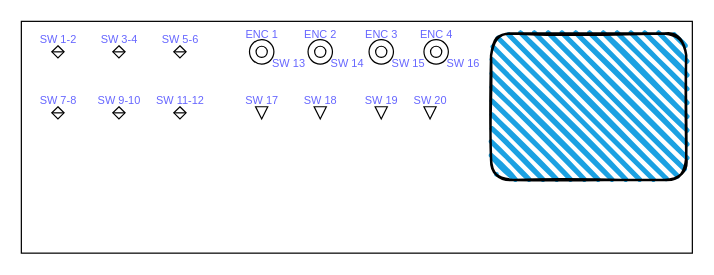
This is extra/dashboard.drawio from rmaryan/MSFS2020-Ardunio-Cockpit, a draw.io file, before an edit. Source tidied: cells renumbered, new cells numbered last; positions are measured from the earlier drawing's top-left corner, leaving out a move shared by most shapes. Both pictures are drawn from the tidied source at 122%, with x=0, y=0 at pixel (21, 21).
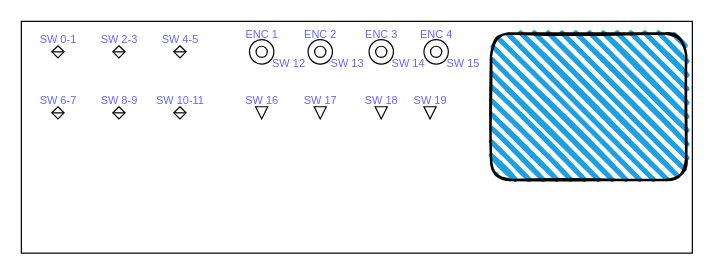
The same diagram, later.

Diff of the diagram source:
```diff
@@
-    <mxCell id="5" value="SW 1-2" style="text;html=1;strokeColor=none;fillColor=none;align=center;verticalAlign=middle;whiteSpace=wrap;rounded=0;fontSize=9;fontColor=#6666FF;" parent="1" vertex="1">
+    <mxCell id="5" value="SW 0-1" style="text;html=1;strokeColor=none;fillColor=none;align=center;verticalAlign=middle;whiteSpace=wrap;rounded=0;fontSize=9;fontColor=#6666FF;" parent="1" vertex="1">
       <mxGeometry x="12.5" y="10" width="35" height="10" as="geometry" />
     </mxCell>
@@
-    <mxCell id="8" value="SW 3-4" style="text;html=1;strokeColor=none;fillColor=none;align=center;verticalAlign=middle;whiteSpace=wrap;rounded=0;fontSize=9;fontColor=#6666FF;" parent="1" vertex="1">
+    <mxCell id="8" value="SW 2-3" style="text;html=1;strokeColor=none;fillColor=none;align=center;verticalAlign=middle;whiteSpace=wrap;rounded=0;fontSize=9;fontColor=#6666FF;" parent="1" vertex="1">
       <mxGeometry x="62.5" y="10" width="35" height="10" as="geometry" />
     </mxCell>
@@
-    <mxCell id="12" value="SW 5-6" style="text;html=1;strokeColor=none;fillColor=none;align=center;verticalAlign=middle;whiteSpace=wrap;rounded=0;fontSize=9;fontColor=#6666FF;" parent="1" vertex="1">
+    <mxCell id="12" value="SW 4-5" style="text;html=1;strokeColor=none;fillColor=none;align=center;verticalAlign=middle;whiteSpace=wrap;rounded=0;fontSize=9;fontColor=#6666FF;" parent="1" vertex="1">
       <mxGeometry x="112.5" y="10" width="35" height="10" as="geometry" />
     </mxCell>
-    <mxCell id="13" value="SW 7-8" style="text;html=1;strokeColor=none;fillColor=none;align=center;verticalAlign=middle;whiteSpace=wrap;rounded=0;fontSize=9;fontColor=#6666FF;" parent="1" vertex="1">
+    <mxCell id="13" value="SW 6-7" style="text;html=1;strokeColor=none;fillColor=none;align=center;verticalAlign=middle;whiteSpace=wrap;rounded=0;fontSize=9;fontColor=#6666FF;" parent="1" vertex="1">
       <mxGeometry x="12.5" y="60" width="35" height="10" as="geometry" />
     </mxCell>
-    <mxCell id="14" value="SW 9-10" style="text;html=1;strokeColor=none;fillColor=none;align=center;verticalAlign=middle;whiteSpace=wrap;rounded=0;fontSize=9;fontColor=#6666FF;" parent="1" vertex="1">
+    <mxCell id="14" value="SW 8-9" style="text;html=1;strokeColor=none;fillColor=none;align=center;verticalAlign=middle;whiteSpace=wrap;rounded=0;fontSize=9;fontColor=#6666FF;" parent="1" vertex="1">
       <mxGeometry x="57.5" y="60" width="45" height="10" as="geometry" />
     </mxCell>
-    <mxCell id="15" value="SW 11-12" style="text;html=1;strokeColor=none;fillColor=none;align=center;verticalAlign=middle;whiteSpace=wrap;rounded=0;fontSize=9;fontColor=#6666FF;" parent="1" vertex="1">
+    <mxCell id="15" value="SW 10-11" style="text;html=1;strokeColor=none;fillColor=none;align=center;verticalAlign=middle;whiteSpace=wrap;rounded=0;fontSize=9;fontColor=#6666FF;" parent="1" vertex="1">
       <mxGeometry x="107.5" y="60" width="45" height="10" as="geometry" />
     </mxCell>
@@
-    <mxCell id="24" value="SW 13" style="text;html=1;strokeColor=none;fillColor=none;align=center;verticalAlign=middle;whiteSpace=wrap;rounded=0;fontSize=9;fontColor=#6666FF;" parent="1" vertex="1">
+    <mxCell id="24" value="SW 12" style="text;html=1;strokeColor=none;fillColor=none;align=center;verticalAlign=middle;whiteSpace=wrap;rounded=0;fontSize=9;fontColor=#6666FF;" parent="1" vertex="1">
       <mxGeometry x="202" y="30" width="35" height="10" as="geometry" />
     </mxCell>
@@
-    <mxCell id="29" value="SW 14" style="text;html=1;strokeColor=none;fillColor=none;align=center;verticalAlign=middle;whiteSpace=wrap;rounded=0;fontSize=9;fontColor=#6666FF;" parent="1" vertex="1">
+    <mxCell id="29" value="SW 13" style="text;html=1;strokeColor=none;fillColor=none;align=center;verticalAlign=middle;whiteSpace=wrap;rounded=0;fontSize=9;fontColor=#6666FF;" parent="1" vertex="1">
       <mxGeometry x="250" y="30" width="35" height="10" as="geometry" />
     </mxCell>
-    <mxCell id="30" value="SW 15" style="text;html=1;strokeColor=none;fillColor=none;align=center;verticalAlign=middle;whiteSpace=wrap;rounded=0;fontSize=9;fontColor=#6666FF;" parent="1" vertex="1">
+    <mxCell id="30" value="SW 14" style="text;html=1;strokeColor=none;fillColor=none;align=center;verticalAlign=middle;whiteSpace=wrap;rounded=0;fontSize=9;fontColor=#6666FF;" parent="1" vertex="1">
       <mxGeometry x="300" y="30" width="35" height="10" as="geometry" />
     </mxCell>
-    <mxCell id="31" value="SW 16" style="text;html=1;strokeColor=none;fillColor=none;align=center;verticalAlign=middle;whiteSpace=wrap;rounded=0;fontSize=9;fontColor=#6666FF;" parent="1" vertex="1">
+    <mxCell id="31" value="SW 15" style="text;html=1;strokeColor=none;fillColor=none;align=center;verticalAlign=middle;whiteSpace=wrap;rounded=0;fontSize=9;fontColor=#6666FF;" parent="1" vertex="1">
       <mxGeometry x="345" y="30" width="35" height="10" as="geometry" />
     </mxCell>
-    <mxCell id="32" value="SW 17" style="text;html=1;strokeColor=none;fillColor=none;align=center;verticalAlign=middle;whiteSpace=wrap;rounded=0;fontSize=9;fontColor=#6666FF;" parent="1" vertex="1">
+    <mxCell id="32" value="SW 16" style="text;html=1;strokeColor=none;fillColor=none;align=center;verticalAlign=middle;whiteSpace=wrap;rounded=0;fontSize=9;fontColor=#6666FF;" parent="1" vertex="1">
       <mxGeometry x="179.5" y="60" width="35" height="10" as="geometry" />
     </mxCell>
-    <mxCell id="33" value="SW 18" style="text;html=1;strokeColor=none;fillColor=none;align=center;verticalAlign=middle;whiteSpace=wrap;rounded=0;fontSize=9;fontColor=#6666FF;" parent="1" vertex="1">
+    <mxCell id="33" value="SW 17" style="text;html=1;strokeColor=none;fillColor=none;align=center;verticalAlign=middle;whiteSpace=wrap;rounded=0;fontSize=9;fontColor=#6666FF;" parent="1" vertex="1">
       <mxGeometry x="227.5" y="60" width="35" height="10" as="geometry" />
     </mxCell>
-    <mxCell id="34" value="SW 19" style="text;html=1;strokeColor=none;fillColor=none;align=center;verticalAlign=middle;whiteSpace=wrap;rounded=0;fontSize=9;fontColor=#6666FF;" parent="1" vertex="1">
+    <mxCell id="34" value="SW 18" style="text;html=1;strokeColor=none;fillColor=none;align=center;verticalAlign=middle;whiteSpace=wrap;rounded=0;fontSize=9;fontColor=#6666FF;" parent="1" vertex="1">
       <mxGeometry x="277.5" y="60" width="35" height="10" as="geometry" />
     </mxCell>
-    <mxCell id="35" value="SW 20" style="text;html=1;strokeColor=none;fillColor=none;align=center;verticalAlign=middle;whiteSpace=wrap;rounded=0;fontSize=9;fontColor=#6666FF;" parent="1" vertex="1">
+    <mxCell id="35" value="SW 19" style="text;html=1;strokeColor=none;fillColor=none;align=center;verticalAlign=middle;whiteSpace=wrap;rounded=0;fontSize=9;fontColor=#6666FF;" parent="1" vertex="1">
       <mxGeometry x="317.5" y="60" width="35" height="10" as="geometry" />
     </mxCell>
```
